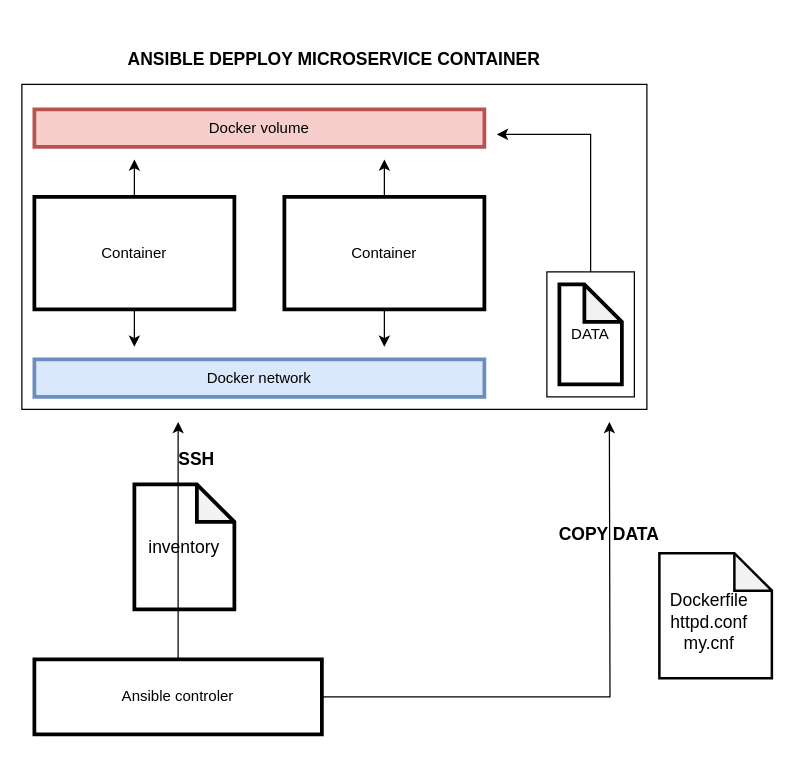
Before: Untitled Diagram.drawio in quanhk711/dev-test-, a draw.io diagram. Source tidied: cells renumbered, new cells numbered last; positions are measured from the earlier drawing's top-left corner, leaving out a move shared by most shapes. Both pictures are drawn from the tidied source at 125%, with x=0, y=0 at pixel (21, 21).
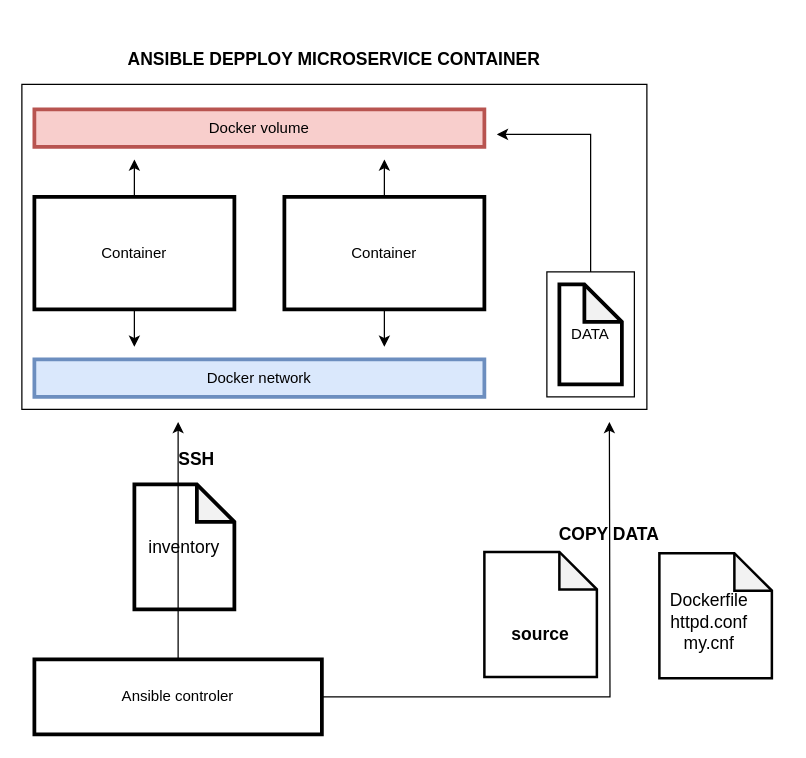
Above is the later version.

Diff of the diagram source:
```diff
@@
+    <mxCell id="23" style="shape=note;whiteSpace=wrap;html=1;backgroundOutline=1;darkOpacity=0.05;strokeWidth=2;fillColor=none;" parent="1" vertex="1">
+      <mxGeometry x="370" y="424" width="90" height="100" as="geometry" />
+    </mxCell>
+    <mxCell id="24" value="&lt;span style=&quot;font-size: 14px&quot;&gt;&lt;b&gt;source&lt;/b&gt;&lt;/span&gt;" style="rounded=0;whiteSpace=wrap;html=1;strokeWidth=1;fillColor=none;opacity=0;" parent="1" vertex="1">
+      <mxGeometry x="355" y="460" width="120" height="60" as="geometry" />
+    </mxCell>
```
